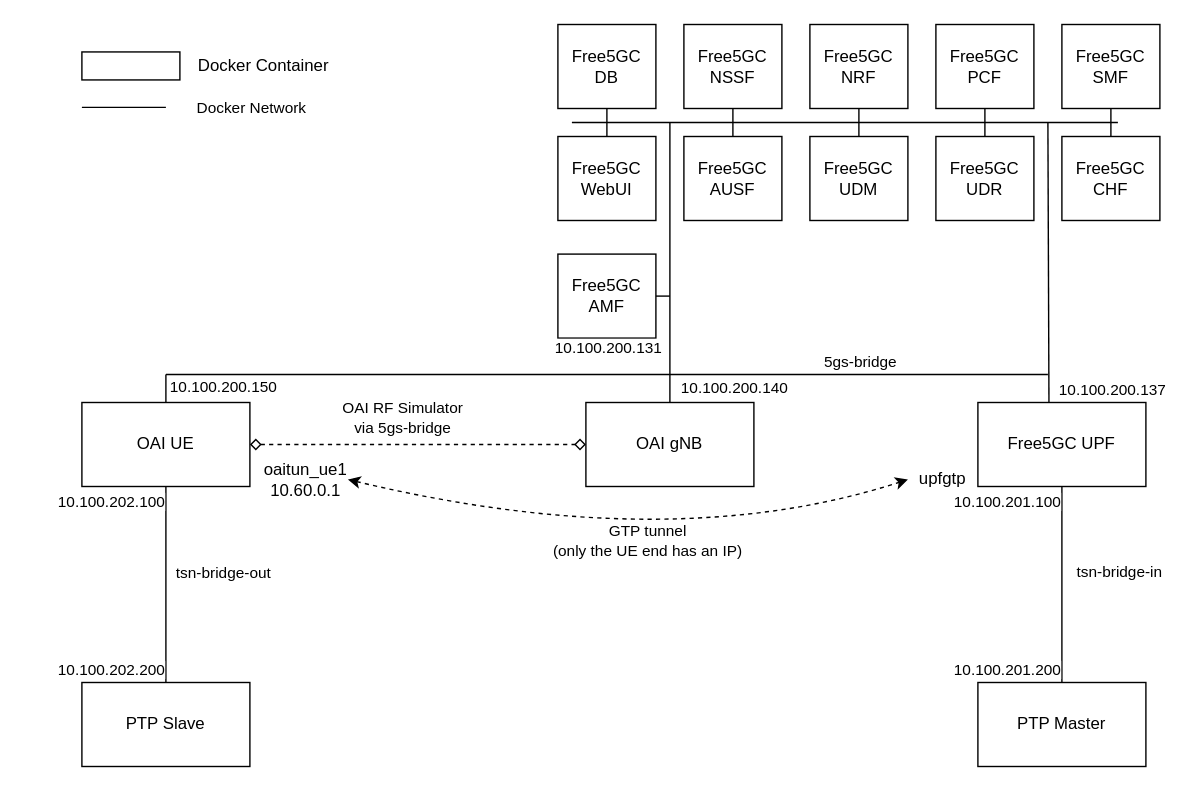
The draw.io diagram docs/structure.drawio in ottoblep/tsn-5g-testbench, before the edit. Source tidied: cells renumbered, new cells numbered last; positions are measured from the earlier drawing's top-left corner, leaving out a move shared by most shapes. Both pictures are drawn from the tidied source at 140%, with x=0, y=0 at pixel (81, 24).
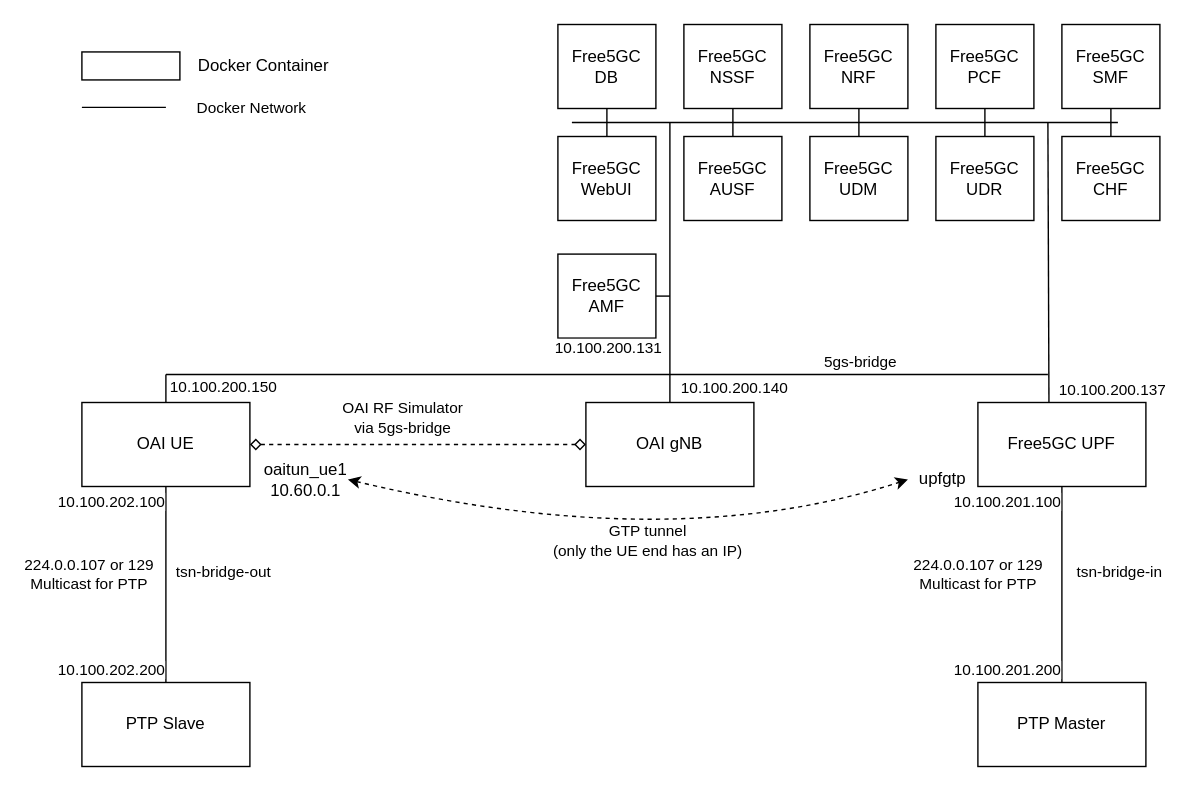
The same page after the edit.

Commit message (it also covers changes not shown here):
Add multicast to structure graph

Unchanged cells that the change refers to:
```xml
<mxCell id="43" style="endArrow=none;html=1;rounded=0;entryX=0.5;entryY=0;entryDx=0;entryDy=0;exitX=0.5;exitY=1;exitDx=0;exitDy=0;" parent="1" edge="1" source="3" target="41">
  <mxGeometry relative="1" as="geometry" />
</mxCell>
```

Diff of the diagram source:
```diff
@@
     <mxCell id="44" value="tsn-bridge-out" style="edgeLabel;html=1;align=center;verticalAlign=middle;" parent="43" vertex="1">
       <mxGeometry x="-0.32" relative="1" as="geometry">
-        <mxPoint x="40" y="13" as="offset" />
+        <mxPoint x="40" y="12" as="offset" />
       </mxGeometry>
     </mxCell>
@@
+    <mxCell id="53" value="224.0.0.107 or 129 &lt;br&gt;Multicast for PTP" style="edgeLabel;html=1;align=center;verticalAlign=middle;" parent="1" vertex="1">
+      <mxGeometry x="645" y="390" as="geometry">
+        <mxPoint x="-6" y="2" as="offset" />
+      </mxGeometry>
+    </mxCell>
+    <mxCell id="54" value="224.0.0.107 or 129 &lt;br&gt;Multicast for PTP" style="edgeLabel;html=1;align=center;verticalAlign=middle;" parent="1" vertex="1">
+      <mxGeometry x="10" y="390" as="geometry">
+        <mxPoint x="-6" y="2" as="offset" />
+      </mxGeometry>
+    </mxCell>
```
